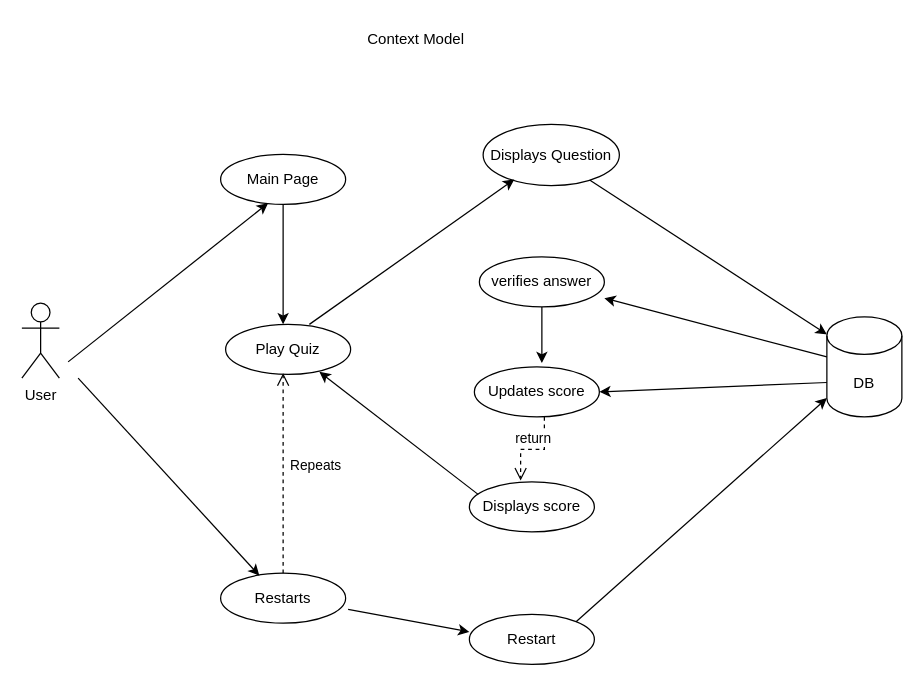
KasusyaJoy/Quiz_App keeps this draw.io diagram as Context Model.drawio. Above is the earlier version. Source tidied: cells renumbered, new cells numbered last; positions are measured from the earlier drawing's top-left corner, leaving out a move shared by most shapes. Both pictures are drawn from the tidied source at 125%, with x=0, y=0 at pixel (21, 22).
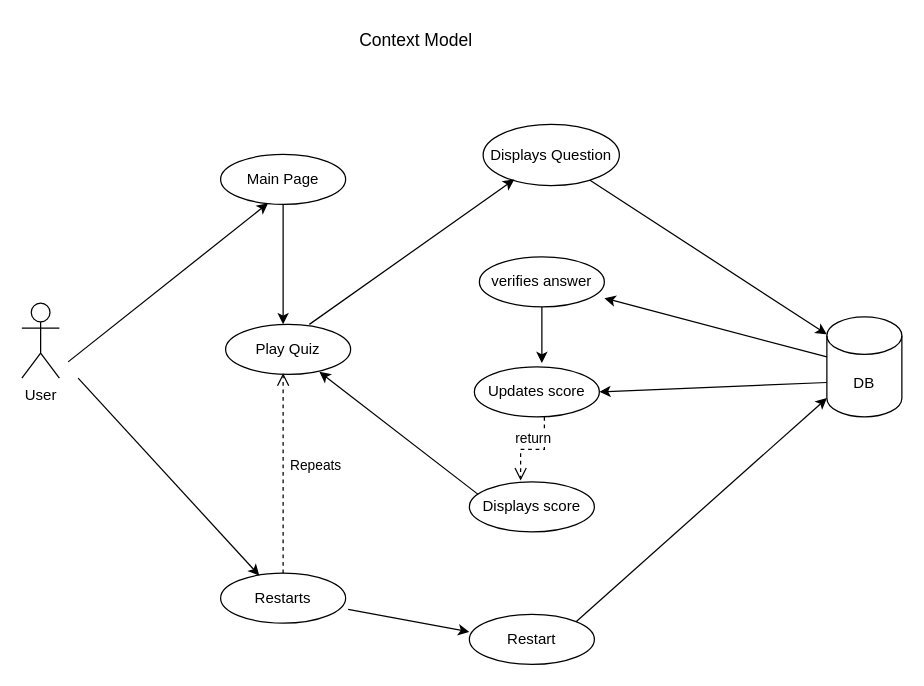
The same page after the edit.

The edit, as a diff of the source:
```diff
@@
-    <mxCell id="25" value="Context Model" style="text;html=1;align=center;verticalAlign=middle;strokeColor=none;fillColor=none;" parent="1" vertex="1">
-      <mxGeometry x="267" width="95" height="26" as="geometry" />
+    <mxCell id="25" value="&lt;font style=&quot;font-size: 14px;&quot;&gt;Context Model&lt;/font&gt;" style="text;html=1;align=center;verticalAlign=middle;strokeColor=none;fillColor=none;" parent="1" vertex="1">
+      <mxGeometry x="261" y="-1" width="108" height="29" as="geometry" />
     </mxCell>
```
